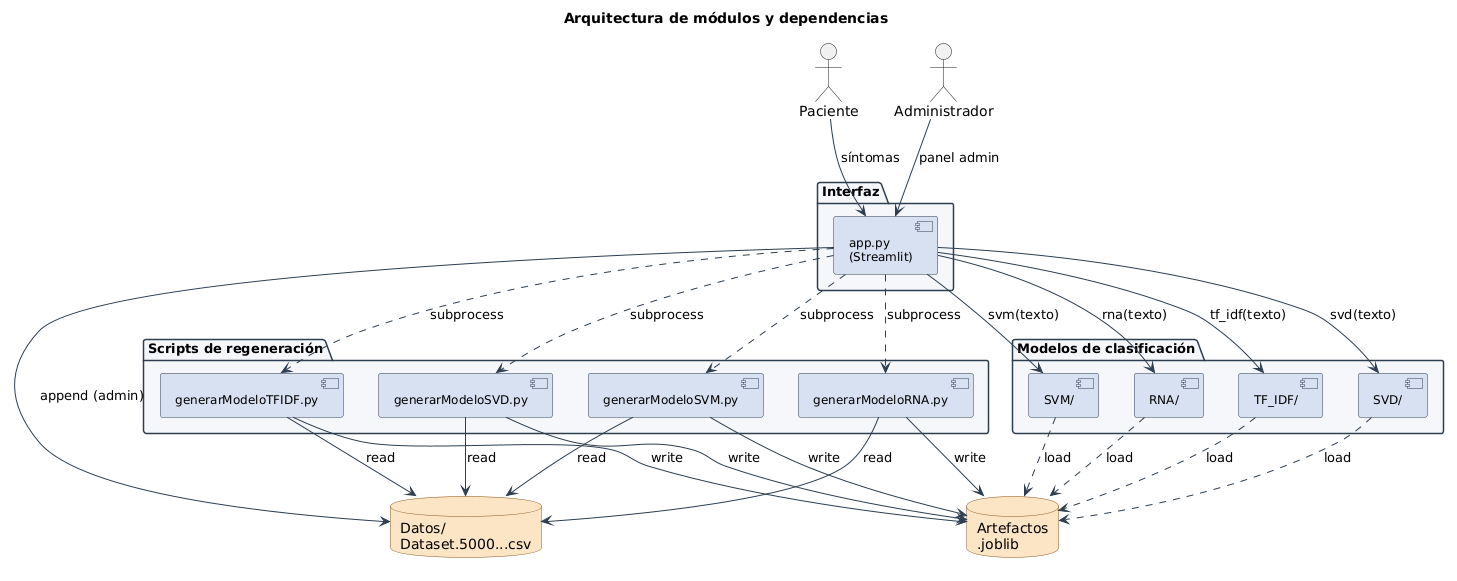
Before: docs/img/arquitectura_capas.png, a diagram exported from PlantUML (aos0020/TFG_AOS0020---TEST). Its diagram source:
```plantuml
@startuml

skinparam backgroundColor #FFFFFF
skinparam shadowing false
skinparam defaultFontName "Helvetica"
skinparam componentFontSize 12
skinparam packageFontSize 13
skinparam ArrowColor #2C3E50

skinparam package {
  BackgroundColor #F4F6FA
  BorderColor #2C3E50
}

skinparam component {
  BackgroundColor #D6E0F0
  BorderColor #2C3E50
}

skinparam database {
  BackgroundColor #FBE5C5
  BorderColor #8B5A2B
}

title Arquitectura de módulos y dependencias

actor "Paciente" as P
actor "Administrador" as A

package "Interfaz" {
  [app.py\n(Streamlit)] as APP
}

package "Modelos de clasificación" {
  [TF_IDF/] as M1
  [SVD/] as M2
  [SVM/] as M3
  [RNA/] as M4
}

package "Scripts de regeneración" {
  [generarModeloTFIDF.py] as G1
  [generarModeloSVD.py]   as G2
  [generarModeloSVM.py]   as G3
  [generarModeloRNA.py]   as G4
}

database "Datos/\nDataset.5000...csv" as DATA
database "Artefactos\n.joblib" as ART

P --> APP : síntomas
A --> APP : panel admin

APP --> M1 : tf_idf(texto)
APP --> M2 : svd(texto)
APP --> M3 : svm(texto)
APP --> M4 : rna(texto)

APP ..> G1 : subprocess
APP ..> G2 : subprocess
APP ..> G3 : subprocess
APP ..> G4 : subprocess

M1 ..> ART : load
M2 ..> ART : load
M3 ..> ART : load
M4 ..> ART : load

G1 --> DATA : read
G2 --> DATA : read
G3 --> DATA : read
G4 --> DATA : read

G1 --> ART : write
G2 --> ART : write
G3 --> ART : write
G4 --> ART : write

APP --> DATA : append (admin)
@enduml
```
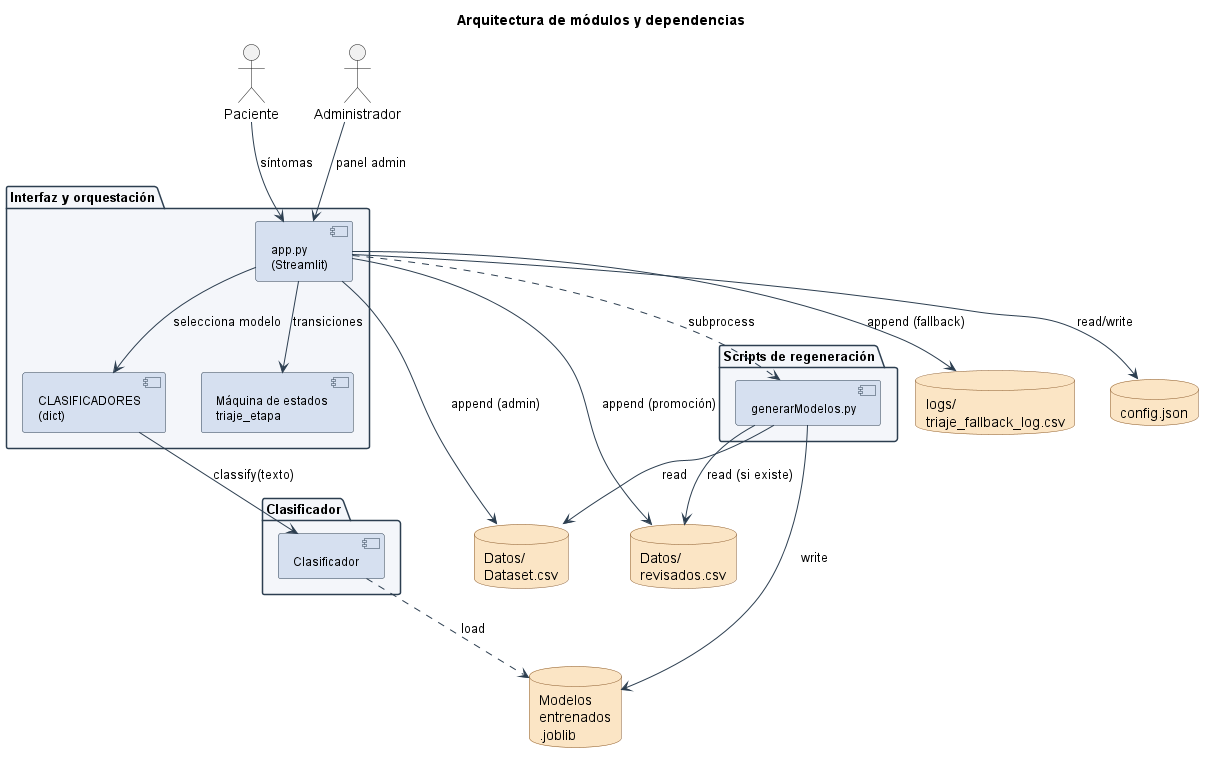
After the commit.

The edit, as a diff of the source:
```diff
@@ -1,4 +1,4 @@
-@startuml
+@startuml arquitectura_capas
 
 skinparam backgroundColor #FFFFFF
 skinparam shadowing false
@@ -24,57 +24,50 @@
 
 title Arquitectura de módulos y dependencias
 
+top to bottom direction
+
 actor "Paciente" as P
 actor "Administrador" as A
 
-package "Interfaz" {
+package "Interfaz y orquestación" {
   [app.py\n(Streamlit)] as APP
+  [CLASIFICADORES\n(dict)] as DICT
+  [Máquina de estados\ntriaje_etapa] as FSM
 }
 
-package "Modelos de clasificación" {
-  [TF_IDF/] as M1
-  [SVD/] as M2
-  [SVM/] as M3
-  [RNA/] as M4
+package "Clasificador" {
+  [Clasificador] as M
 }
 
 package "Scripts de regeneración" {
-  [generarModeloTFIDF.py] as G1
-  [generarModeloSVD.py]   as G2
-  [generarModeloSVM.py]   as G3
-  [generarModeloRNA.py]   as G4
+  [generarModelos.py] as G
 }
 
-database "Datos/\nDataset.5000...csv" as DATA
-database "Artefactos\n.joblib" as ART
+database "Datos/\nDataset.csv" as DATA
+database "Datos/\nrevisados.csv" as REV
+database "logs/\ntriaje_fallback_log.csv" as LOG
+database "config.json" as CFG
+database "Modelos\nentrenados\n.joblib" as ART
 
 P --> APP : síntomas
 A --> APP : panel admin
 
-APP --> M1 : tf_idf(texto)
-APP --> M2 : svd(texto)
-APP --> M3 : svm(texto)
-APP --> M4 : rna(texto)
+APP --> DICT : selecciona modelo
+APP --> FSM : transiciones
 
-APP ..> G1 : subprocess
-APP ..> G2 : subprocess
-APP ..> G3 : subprocess
-APP ..> G4 : subprocess
+DICT --> M : classify(texto)
 
-M1 ..> ART : load
-M2 ..> ART : load
-M3 ..> ART : load
-M4 ..> ART : load
+APP ..> G : subprocess
 
-G1 --> DATA : read
-G2 --> DATA : read
-G3 --> DATA : read
-G4 --> DATA : read
+M ..> ART : load
 
-G1 --> ART : write
-G2 --> ART : write
-G3 --> ART : write
-G4 --> ART : write
+G --> DATA : read
+G --> REV : read (si existe)
+G --> ART : write
 
 APP --> DATA : append (admin)
+APP --> REV  : append (promoción)
+APP --> LOG  : append (fallback)
+APP --> CFG  : read/write
+
 @enduml
```
